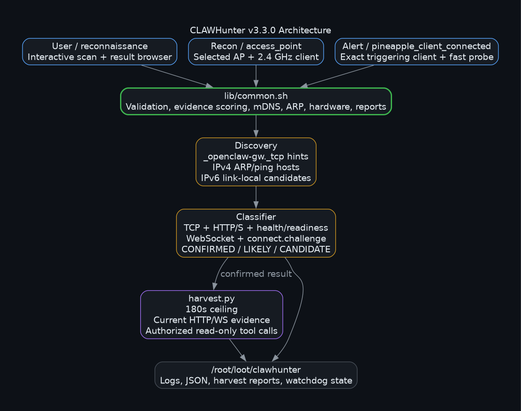
Earlier version of the Graphviz export images/architecture.png (doublegate/CLAWHunter). Its source is kept beside it as docs/architecture.dot.
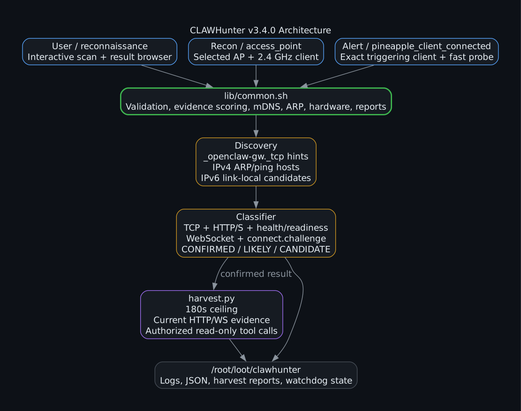
The same file after the commit.

The edit, as a diff of the source:
```diff
@@ -1,5 +1,5 @@
 digraph CLAWHunter {
-    graph [rankdir=TB, bgcolor="#0d1117", fontcolor="#e6edf3", fontname="Helvetica", label="CLAWHunter v3.3.0 Architecture", labelloc=t, pad=0.5]
+    graph [rankdir=TB, bgcolor="#0d1117", fontcolor="#e6edf3", fontname="Helvetica", label="CLAWHunter v3.4.0 Architecture", labelloc=t, pad=0.5]
     node [shape=box, style="filled,rounded", fontname="Helvetica", fontcolor="#e6edf3", color="#484f58", fillcolor="#161b22"]
     edge [color="#8b949e", fontcolor="#8b949e", fontname="Helvetica"]
 
```
